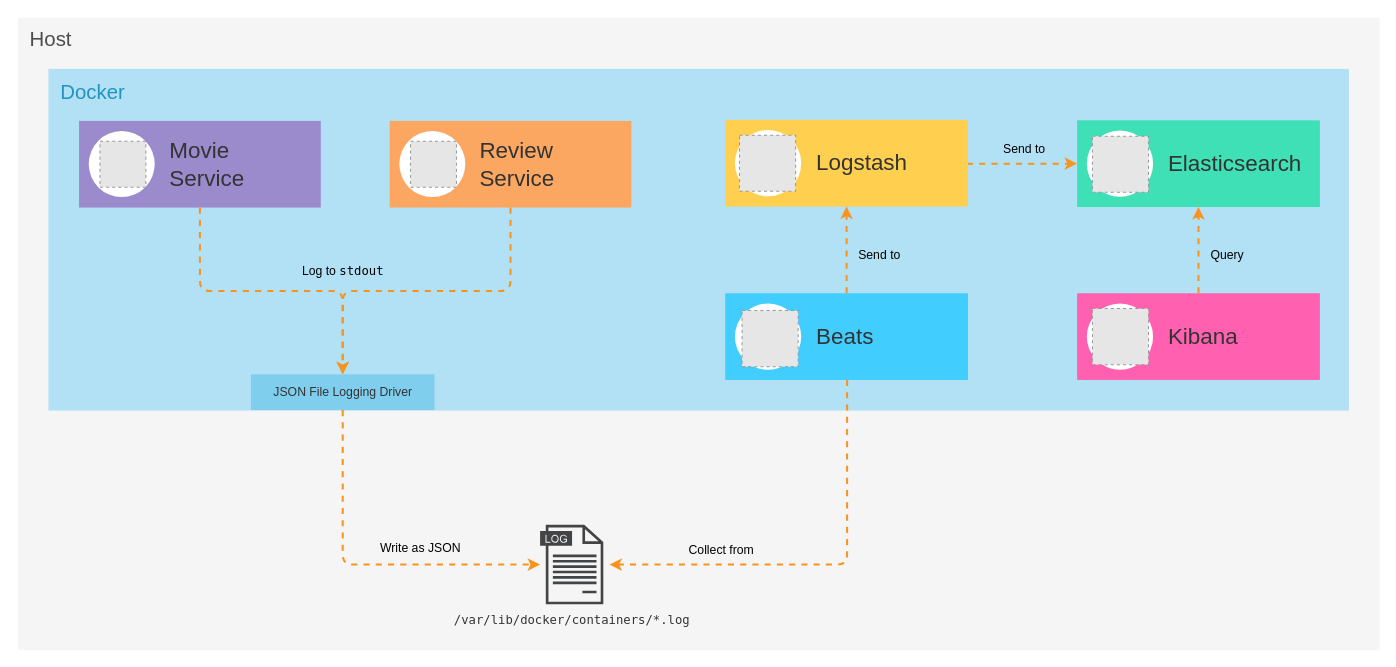
Earlier version of the draw.io diagram page "services-and-elastic-stack" (3 of 4) of misc/diagrams.drawio (cassiomolin/log-aggregation-spring-boot-elastic-stack). Source tidied: cells renumbered, new cells numbered last; positions are measured from the earlier drawing's top-left corner, leaving out a move shared by most shapes. Both pictures are drawn from the tidied source at 102%, with x=0, y=0 at pixel (17, 17). Pictures stored in the file or linked from it are replaced by grey dashed boxes.
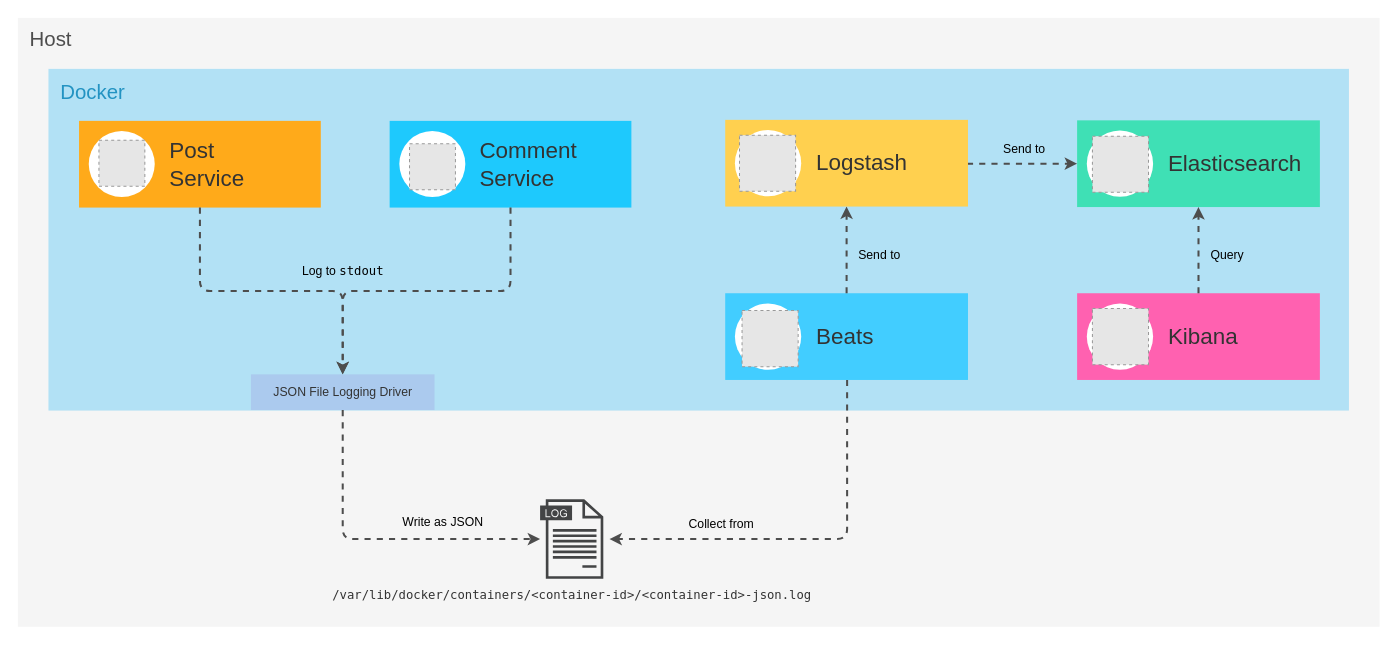
The same page after the edit.

Unchanged cells that the change refers to:
```xml
<mxCell id="6" style="rounded=0;whiteSpace=wrap;html=1;strokeColor=none;fillColor=#FF61B0;shadow=0;fixDash=0;backgroundOutline=0;" parent="5" vertex="1">
  <mxGeometry width="238" height="85" as="geometry" />
</mxCell>
<mxCell id="12" style="rounded=0;whiteSpace=wrap;html=1;strokeColor=none;fillColor=#3FE0B5;shadow=0;fixDash=0;backgroundOutline=0;" parent="11" vertex="1">
  <mxGeometry width="238" height="85" as="geometry" />
</mxCell>
<mxCell id="18" style="rounded=0;whiteSpace=wrap;html=1;strokeColor=none;fillColor=#42CDFF;shadow=0;fixDash=0;backgroundOutline=0;" parent="17" vertex="1">
  <mxGeometry width="238" height="85" as="geometry" />
</mxCell>
<mxCell id="23" style="group;fixDash=0;backgroundOutline=0;" parent="22" vertex="1">
  <mxGeometry width="240" height="85" as="geometry" />
</mxCell>
<mxCell id="28" style="group;shadow=0;fixDash=0;backgroundOutline=0;" parent="1" vertex="1">
  <mxGeometry x="228.5" y="349.5" width="219" height="35" as="geometry" />
</mxCell>
<mxCell id="42" style="rounded=0;whiteSpace=wrap;html=1;strokeColor=none;fillColor=#FFD04F;shadow=0;fixDash=0;backgroundOutline=0;" parent="41" vertex="1">
  <mxGeometry width="238" height="85" as="geometry" />
</mxCell>
<mxCell id="44" value="&lt;font style=&quot;font-size: 22px&quot;&gt;Logstash&lt;br&gt;&lt;/font&gt;" style="text;html=1;strokeColor=none;fillColor=none;align=left;verticalAlign=middle;whiteSpace=wrap;rounded=0;fixDash=0;backgroundOutline=0;fontColor=#333333;" parent="41" vertex="1">
  <mxGeometry x="87" y="33" width="150" height="20" as="geometry" />
</mxCell>
<mxCell id="52" style="group;fixDash=0;backgroundOutline=0;" parent="51" vertex="1">
  <mxGeometry width="240" height="85" as="geometry" />
</mxCell>
```

What changed in the source:
```diff
@@
     <mxCell id="2" style="rounded=0;whiteSpace=wrap;html=1;shadow=0;strokeWidth=2;strokeColor=none;fillColor=#F5F5F5;arcSize=2;fixDash=0;backgroundOutline=0;" parent="1" vertex="1">
-      <mxGeometry width="1335" height="620" as="geometry" />
+      <mxGeometry width="1335" height="597" as="geometry" />
     </mxCell>
@@
-    <mxCell id="24" style="rounded=0;whiteSpace=wrap;html=1;strokeColor=none;fillColor=#fba761;shadow=0;fixDash=0;backgroundOutline=0;" parent="23" vertex="1">
+    <mxCell id="24" style="rounded=0;whiteSpace=wrap;html=1;strokeColor=none;fillColor=#1EC9FD;shadow=0;fixDash=0;backgroundOutline=0;" parent="23" vertex="1">
       <mxGeometry width="237" height="85" as="geometry" />
     </mxCell>
@@
-    <mxCell id="26" value="&lt;font style=&quot;font-size: 22px&quot;&gt;Review Service&lt;br&gt;&lt;/font&gt;" style="text;html=1;strokeColor=none;fillColor=none;align=left;verticalAlign=middle;whiteSpace=wrap;rounded=0;fontColor=#333333;fixDash=0;backgroundOutline=0;" parent="23" vertex="1">
+    <mxCell id="26" value="&lt;font style=&quot;font-size: 22px&quot;&gt;Comment Service&lt;br&gt;&lt;/font&gt;" style="text;html=1;strokeColor=none;fillColor=none;align=left;verticalAlign=middle;whiteSpace=wrap;rounded=0;fontColor=#333333;fixDash=0;backgroundOutline=0;" parent="23" vertex="1">
       <mxGeometry x="86.6" y="33" width="149.4" height="20" as="geometry" />
     </mxCell>
-    <mxCell id="27" style="fillColor=#E6E6E6;strokeColor=#999999;dashed=1;verticalLabelPosition=bottom;labelBackgroundColor=#ffffff;verticalAlign=top;" parent="23" vertex="1">
-      <mxGeometry x="20.5" y="20" width="45" height="45" as="geometry" />
-    </mxCell>
+    <mxCell id="60" style="fillColor=#E6E6E6;strokeColor=#999999;dashed=1;verticalLabelPosition=bottom;labelBackgroundColor=#ffffff;verticalAlign=top;" parent="23" vertex="1">
+      <mxGeometry x="19.5" y="22.5" width="45" height="45" as="geometry" />
+    </mxCell>
@@
-    <mxCell id="29" value="&lt;h1&gt;&lt;br&gt;&lt;/h1&gt;" style="rounded=0;whiteSpace=wrap;html=1;fillColor=#7fceee;strokeColor=none;shadow=0;comic=0;glass=0;strokeWidth=2;fixDash=0;backgroundOutline=0;" parent="28" vertex="1">
+    <mxCell id="29" value="&lt;h1&gt;&lt;br&gt;&lt;/h1&gt;" style="rounded=0;whiteSpace=wrap;html=1;fillColor=#ABCAEE;strokeColor=none;shadow=0;comic=0;glass=0;strokeWidth=2;fixDash=0;backgroundOutline=0;" parent="28" vertex="1">
       <mxGeometry width="180" height="35" as="geometry" />
     </mxCell>
@@
-    <mxCell id="31" style="edgeStyle=orthogonalEdgeStyle;rounded=0;jettySize=auto;html=1;exitX=0.5;exitY=0;exitDx=0;exitDy=0;entryX=0.5;entryY=1;entryDx=0;entryDy=0;dashed=1;strokeColor=#f7931e;fontColor=#333333;strokeWidth=2;fixDash=0;backgroundOutline=0;" parent="1" edge="1" source="18" target="42">
+    <mxCell id="31" style="edgeStyle=orthogonalEdgeStyle;rounded=0;jettySize=auto;html=1;exitX=0.5;exitY=0;exitDx=0;exitDy=0;entryX=0.5;entryY=1;entryDx=0;entryDy=0;dashed=1;strokeColor=#4D4D4D;fontColor=#333333;strokeWidth=2;fixDash=0;backgroundOutline=0;" parent="1" edge="1" source="18" target="42">
       <mxGeometry relative="1" as="geometry" />
     </mxCell>
-    <mxCell id="32" style="edgeStyle=orthogonalEdgeStyle;rounded=0;jettySize=auto;html=1;exitX=0.5;exitY=0;exitDx=0;exitDy=0;dashed=1;strokeColor=#f7931e;fontColor=#333333;strokeWidth=2;fixDash=0;backgroundOutline=0;" parent="1" edge="1" source="6" target="12">
+    <mxCell id="32" style="edgeStyle=orthogonalEdgeStyle;rounded=0;jettySize=auto;html=1;exitX=0.5;exitY=0;exitDx=0;exitDy=0;dashed=1;strokeColor=#4D4D4D;fontColor=#333333;strokeWidth=2;fixDash=0;backgroundOutline=0;" parent="1" edge="1" source="6" target="12">
       <mxGeometry relative="1" as="geometry" />
     </mxCell>
     <mxCell id="33" value="Collect from" style="text;html=1;strokeColor=none;fillColor=none;align=center;verticalAlign=middle;whiteSpace=wrap;rounded=0;fixDash=0;backgroundOutline=0;shadow=0;" parent="1" vertex="1">
-      <mxGeometry x="643" y="512" width="94" height="20" as="geometry" />
+      <mxGeometry x="643" y="487" width="94" height="20" as="geometry" />
     </mxCell>
@@
     <mxCell id="37" value="Write&amp;nbsp;as JSON&lt;br&gt;" style="text;html=1;strokeColor=none;fillColor=none;align=center;verticalAlign=middle;whiteSpace=wrap;rounded=0;rotation=0;fixDash=0;backgroundOutline=0;" parent="1" vertex="1">
-      <mxGeometry x="346" y="510" width="98" height="20" as="geometry" />
+      <mxGeometry x="368" y="485" width="98" height="20" as="geometry" />
     </mxCell>
-    <mxCell id="38" style="edgeStyle=orthogonalEdgeStyle;rounded=1;jettySize=auto;html=1;entryX=0;entryY=0.5;entryDx=0;entryDy=0;shadow=0;dashed=1;strokeColor=#f7931e;strokeWidth=2;fontColor=#457DFF;fixDash=0;backgroundOutline=0;" parent="1" edge="1" source="44" target="12">
+    <mxCell id="38" style="edgeStyle=orthogonalEdgeStyle;rounded=1;jettySize=auto;html=1;entryX=0;entryY=0.5;entryDx=0;entryDy=0;shadow=0;dashed=1;strokeColor=#4D4D4D;strokeWidth=2;fontColor=#457DFF;fixDash=0;backgroundOutline=0;" parent="1" edge="1" source="44" target="12">
       <mxGeometry relative="1" as="geometry" />
     </mxCell>
@@
     <mxCell id="46" style="shadow=0;dashed=0;html=1;strokeColor=none;fillColor=#434445;labelPosition=center;verticalLabelPosition=bottom;verticalAlign=top;align=center;outlineConnect=0;shape=mxgraph.vvd.log_files;" parent="1" vertex="1">
-      <mxGeometry x="512" y="497" width="62" height="78" as="geometry" />
+      <mxGeometry x="512" y="472" width="62" height="78" as="geometry" />
     </mxCell>
-    <mxCell id="47" value="&lt;font face=&quot;Menlo&quot;&gt;/var/lib/docker/containers/*.log&lt;/font&gt;" style="text;html=1;fontColor=#333333;align=center;" parent="1" vertex="1">
-      <mxGeometry x="410" y="577" width="266" height="30" as="geometry" />
+    <mxCell id="47" value="&lt;span&gt;/var/lib/docker/containers/&amp;lt;container-id&amp;gt;/&amp;lt;container-id&amp;gt;-json.log&lt;/span&gt;&lt;br&gt;" style="text;html=1;fontColor=#333333;align=center;fontFamily=Menlo;" parent="1" vertex="1">
+      <mxGeometry x="286" y="552" width="514" height="30" as="geometry" />
     </mxCell>
-    <mxCell id="48" style="edgeStyle=orthogonalEdgeStyle;rounded=1;orthogonalLoop=1;jettySize=auto;html=1;shadow=0;dashed=1;strokeColor=#f7931e;strokeWidth=2;fontColor=#333333;jumpStyle=none;exitX=0.5;exitY=1;exitDx=0;exitDy=0;" parent="1" edge="1">
+    <mxCell id="48" style="edgeStyle=orthogonalEdgeStyle;rounded=1;orthogonalLoop=1;jettySize=auto;html=1;shadow=0;dashed=1;strokeColor=#4D4D4D;strokeWidth=2;fontColor=#333333;jumpStyle=none;exitX=0.5;exitY=1;exitDx=0;exitDy=0;" parent="1" edge="1">
       <mxGeometry relative="1" as="geometry">
         <mxPoint x="813" y="355" as="sourcePoint" />
-        <mxPoint x="580" y="536" as="targetPoint" />
+        <mxPoint x="580" y="511" as="targetPoint" />
         <Array as="points">
-          <mxPoint x="813" y="536" />
+          <mxPoint x="813" y="511" />
         </Array>
       </mxGeometry>
     </mxCell>
@@
-    <mxCell id="53" style="rounded=0;whiteSpace=wrap;html=1;strokeColor=none;fillColor=#9b8bcc;shadow=0;fixDash=0;backgroundOutline=0;" parent="52" vertex="1">
+    <mxCell id="53" style="rounded=0;whiteSpace=wrap;html=1;strokeColor=none;fillColor=#ffaa1a;shadow=0;fixDash=0;backgroundOutline=0;" parent="52" vertex="1">
       <mxGeometry width="237" height="85" as="geometry" />
     </mxCell>
@@
-    <mxCell id="55" value="&lt;font style=&quot;font-size: 22px&quot;&gt;Movie&lt;br&gt;Service&lt;br&gt;&lt;/font&gt;" style="text;html=1;strokeColor=none;fillColor=none;align=left;verticalAlign=middle;whiteSpace=wrap;rounded=0;fontColor=#333333;fixDash=0;backgroundOutline=0;" parent="52" vertex="1">
+    <mxCell id="55" value="&lt;font style=&quot;font-size: 22px&quot;&gt;Post&lt;br&gt;Service&lt;br&gt;&lt;/font&gt;" style="text;html=1;strokeColor=none;fillColor=none;align=left;verticalAlign=middle;whiteSpace=wrap;rounded=0;fontColor=#333333;fixDash=0;backgroundOutline=0;" parent="52" vertex="1">
       <mxGeometry x="86.6" y="33" width="149.4" height="20" as="geometry" />
     </mxCell>
-    <mxCell id="56" style="fillColor=#E6E6E6;strokeColor=#999999;dashed=1;verticalLabelPosition=bottom;labelBackgroundColor=#ffffff;verticalAlign=top;" parent="52" vertex="1">
-      <mxGeometry x="20.5" y="20" width="45" height="45" as="geometry" />
-    </mxCell>
+    <mxCell id="61" style="fillColor=#E6E6E6;strokeColor=#999999;dashed=1;verticalLabelPosition=bottom;labelBackgroundColor=#ffffff;verticalAlign=top;" parent="52" vertex="1">
+      <mxGeometry x="19.5" y="19" width="45" height="45" as="geometry" />
+    </mxCell>
-    <mxCell id="57" style="edgeStyle=orthogonalEdgeStyle;rounded=1;jettySize=auto;html=1;exitX=0.5;exitY=1;exitDx=0;exitDy=0;entryX=0.5;entryY=0;entryDx=0;entryDy=0;dashed=1;strokeColor=#F7931E;strokeWidth=2;fontColor=#2393C2;" parent="1" edge="1" source="53" target="29">
+    <mxCell id="57" style="edgeStyle=orthogonalEdgeStyle;rounded=1;jettySize=auto;html=1;exitX=0.5;exitY=1;exitDx=0;exitDy=0;entryX=0.5;entryY=0;entryDx=0;entryDy=0;dashed=1;strokeColor=#4D4D4D;strokeWidth=2;fontColor=#2393C2;" parent="1" edge="1" source="53" target="29">
       <mxGeometry relative="1" as="geometry" />
     </mxCell>
-    <mxCell id="58" style="edgeStyle=orthogonalEdgeStyle;rounded=1;jettySize=auto;html=1;exitX=0.5;exitY=1;exitDx=0;exitDy=0;entryX=0.5;entryY=0;entryDx=0;entryDy=0;dashed=1;strokeColor=#F7931E;strokeWidth=2;fontColor=#2393C2;" parent="1" edge="1" source="24" target="29">
+    <mxCell id="58" style="edgeStyle=orthogonalEdgeStyle;rounded=1;jettySize=auto;html=1;exitX=0.5;exitY=1;exitDx=0;exitDy=0;entryX=0.5;entryY=0;entryDx=0;entryDy=0;dashed=1;strokeColor=#4D4D4D;strokeWidth=2;fontColor=#2393C2;" parent="1" edge="1" source="24" target="29">
       <mxGeometry relative="1" as="geometry" />
     </mxCell>
-    <mxCell id="59" style="edgeStyle=orthogonalEdgeStyle;rounded=1;jettySize=auto;html=1;exitX=0.5;exitY=1;exitDx=0;exitDy=0;dashed=1;strokeColor=#F7931E;strokeWidth=2;fontColor=#2393C2;" parent="1" edge="1" source="29" target="46">
+    <mxCell id="59" style="edgeStyle=orthogonalEdgeStyle;rounded=1;jettySize=auto;html=1;exitX=0.5;exitY=1;exitDx=0;exitDy=0;dashed=1;strokeColor=#4D4D4D;strokeWidth=2;fontColor=#2393C2;" parent="1" edge="1" source="29" target="46">
       <mxGeometry relative="1" as="geometry">
         <Array as="points">
-          <mxPoint x="319" y="536" />
+          <mxPoint x="319" y="511" />
         </Array>
       </mxGeometry>
     </mxCell>
```
